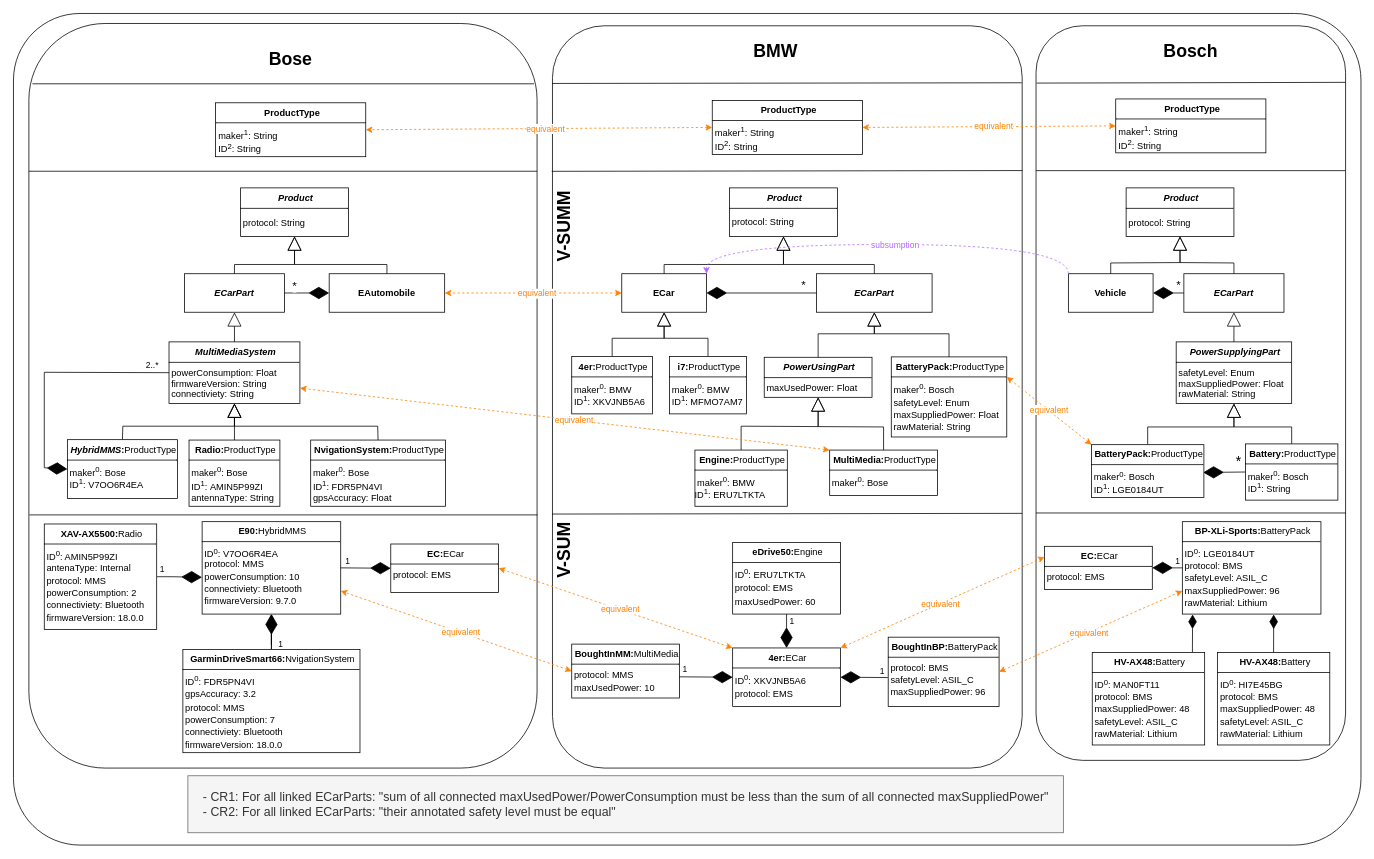
Above: A02-MVE-Poster.drawio in Mohammad-Si/convide-A02-MVE (draw.io), before the change. Source tidied: cells renumbered, new cells numbered last; positions are measured from the earlier drawing's top-left corner, leaving out a move shared by most shapes. Both pictures are drawn from the tidied source at 77%, with x=0, y=0 at pixel (13, 13).
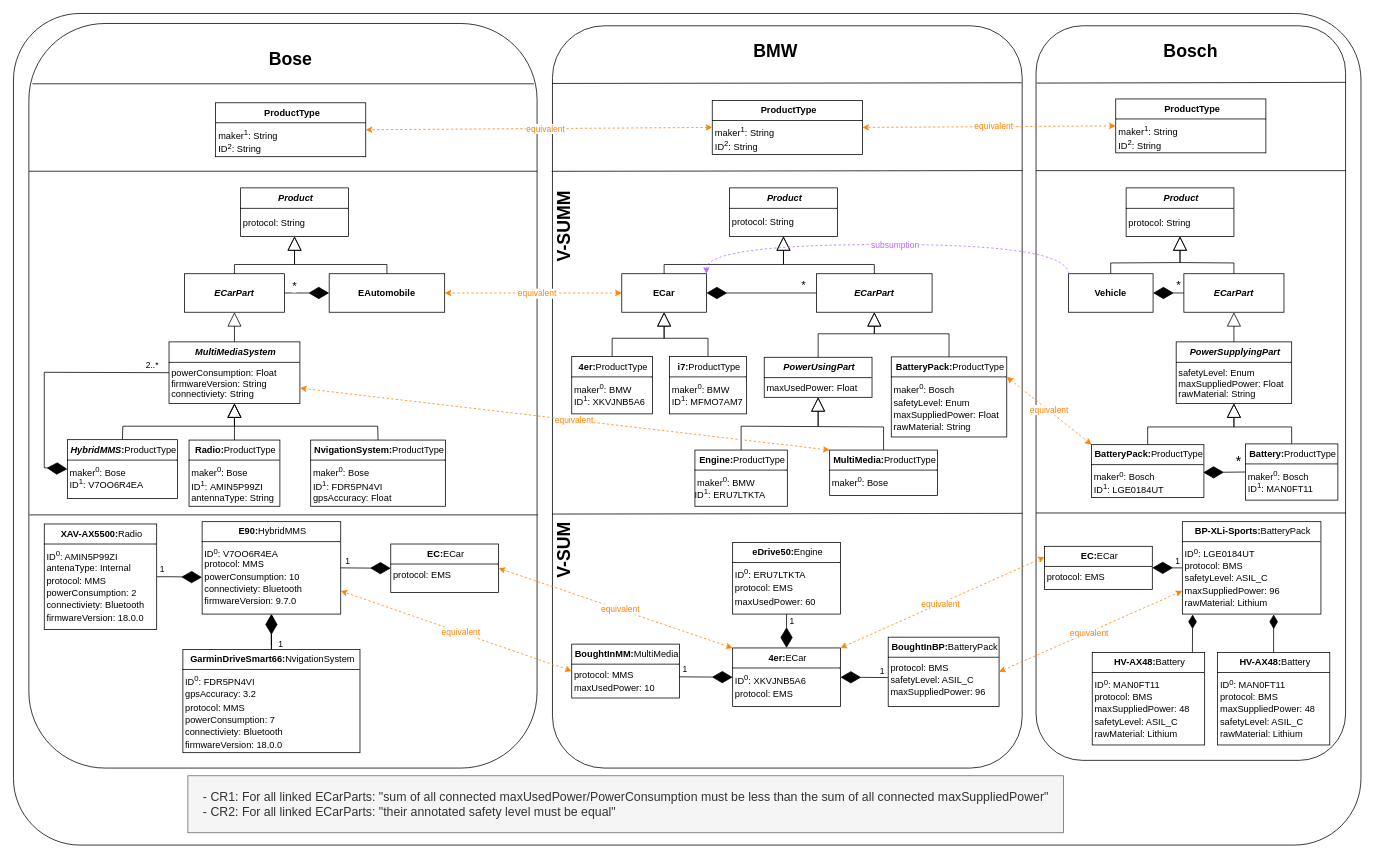
Above is the later version.

What changed in the source:
```diff
@@
-    <mxCell id="23" value="&lt;p style=&quot;margin:0px;margin-top:4px;text-align:center;&quot;&gt;&lt;/p&gt;&lt;div style=&quot;height:2px;&quot;&gt;&lt;/div&gt;&lt;div style=&quot;text-align: center;&quot;&gt;&lt;span style=&quot;font-weight: 700; background-color: initial;&quot;&gt;&amp;nbsp;HV-AX48&lt;/span&gt;&lt;span style=&quot;background-color: initial;&quot;&gt;&lt;b&gt;:&lt;/b&gt;Battery&lt;/span&gt;&lt;/div&gt;&lt;hr size=&quot;1&quot; style=&quot;border-style:solid;&quot;&gt;&lt;div style=&quot;height:2px;&quot;&gt;&lt;div style=&quot;height: 2px;&quot;&gt;&amp;nbsp;&lt;span style=&quot;background-color: initial;&quot;&gt;ID&lt;/span&gt;&lt;sup style=&quot;background-color: initial;&quot;&gt;0&lt;/sup&gt;&lt;span style=&quot;background-color: initial;&quot;&gt;: HI7E45BG&amp;nbsp;&lt;/span&gt;&lt;/div&gt;&lt;div style=&quot;height: 2px;&quot;&gt;&lt;span style=&quot;background-color: initial;&quot;&gt;&lt;br&gt;&lt;/span&gt;&lt;/div&gt;&lt;div style=&quot;height: 2px;&quot;&gt;&lt;span style=&quot;background-color: initial;&quot;&gt;&lt;br&gt;&lt;/span&gt;&lt;/div&gt;&lt;div style=&quot;height: 2px;&quot;&gt;&lt;span style=&quot;background-color: initial;&quot;&gt;&lt;br&gt;&lt;/span&gt;&lt;/div&gt;&lt;div style=&quot;height: 2px;&quot;&gt;&lt;span style=&quot;background-color: initial;&quot;&gt;&lt;br&gt;&lt;/span&gt;&lt;/div&gt;&lt;div style=&quot;height: 2px;&quot;&gt;&lt;span style=&quot;background-color: initial;&quot;&gt;&lt;br&gt;&lt;/span&gt;&lt;/div&gt;&lt;div style=&quot;height: 2px;&quot;&gt;&lt;span style=&quot;background-color: initial;&quot;&gt;&lt;br&gt;&lt;/span&gt;&lt;/div&gt;&lt;div style=&quot;height: 2px;&quot;&gt;&lt;span style=&quot;background-color: initial;&quot;&gt;&amp;nbsp;&lt;/span&gt;&lt;/div&gt;&lt;div style=&quot;height: 2px;&quot;&gt;&lt;span style=&quot;background-color: initial;&quot;&gt;&lt;br&gt;&lt;/span&gt;&lt;/div&gt;&lt;div style=&quot;height: 2px;&quot;&gt;&lt;span style=&quot;background-color: initial;&quot;&gt;&amp;nbsp;&lt;/span&gt;&lt;span style=&quot;background-color: initial;&quot;&gt;protocol: BMS&lt;/span&gt;&lt;/div&gt;&lt;div style=&quot;height: 2px;&quot;&gt;&lt;br&gt;&lt;/div&gt;&lt;div style=&quot;height: 2px;&quot;&gt;&lt;br&gt;&lt;/div&gt;&lt;div style=&quot;height: 2px;&quot;&gt;&lt;br&gt;&lt;/div&gt;&lt;div style=&quot;height: 2px;&quot;&gt;&lt;br&gt;&lt;/div&gt;&lt;div style=&quot;height: 2px;&quot;&gt;&lt;br&gt;&lt;/div&gt;&lt;div style=&quot;height: 2px;&quot;&gt;&lt;div style=&quot;height: 2px;&quot;&gt;&lt;br&gt;&lt;/div&gt;&lt;div style=&quot;height: 2px;&quot;&gt;&lt;br&gt;&lt;/div&gt;&lt;div style=&quot;height: 2px;&quot;&gt;&amp;nbsp;maxSuppliedPower: 48&lt;/div&gt;&lt;div style=&quot;height: 2px;&quot;&gt;&lt;br&gt;&lt;/div&gt;&lt;div style=&quot;height: 2px;&quot;&gt;&lt;br&gt;&lt;/div&gt;&lt;div style=&quot;height: 2px;&quot;&gt;&lt;br&gt;&lt;/div&gt;&lt;div style=&quot;height: 2px;&quot;&gt;&lt;br&gt;&lt;/div&gt;&lt;div style=&quot;height: 2px;&quot;&gt;&lt;br&gt;&lt;/div&gt;&lt;div style=&quot;height: 2px;&quot;&gt;&lt;br&gt;&lt;/div&gt;&lt;div style=&quot;height: 2px;&quot;&gt;&amp;nbsp;&lt;/div&gt;&lt;div style=&quot;height: 2px;&quot;&gt;&amp;nbsp;safetyLevel: ASIL_C&lt;/div&gt;&lt;div style=&quot;height: 2px;&quot;&gt;&lt;br&gt;&lt;/div&gt;&lt;div style=&quot;height: 2px;&quot;&gt;&lt;br&gt;&lt;/div&gt;&lt;div style=&quot;height: 2px;&quot;&gt;&lt;br&gt;&lt;/div&gt;&lt;div style=&quot;height: 2px;&quot;&gt;&lt;br&gt;&lt;/div&gt;&lt;div style=&quot;height: 2px;&quot;&gt;&lt;br&gt;&lt;/div&gt;&lt;div style=&quot;height: 2px;&quot;&gt;&lt;br&gt;&lt;/div&gt;&lt;div style=&quot;height: 2px;&quot;&gt;&lt;br&gt;&lt;/div&gt;&lt;div style=&quot;height: 2px;&quot;&gt;&amp;nbsp;rawMaterial: Lithium&lt;/div&gt;&lt;div style=&quot;height: 2px;&quot;&gt;&lt;br&gt;&lt;/div&gt;&lt;div style=&quot;height: 2px;&quot;&gt;&lt;br&gt;&lt;/div&gt;&lt;/div&gt;&lt;/div&gt;" style="verticalAlign=top;align=left;overflow=fill;html=1;whiteSpace=wrap;" parent="1" vertex="1">
+    <mxCell id="23" value="&lt;p style=&quot;margin:0px;margin-top:4px;text-align:center;&quot;&gt;&lt;/p&gt;&lt;div style=&quot;height:2px;&quot;&gt;&lt;/div&gt;&lt;div style=&quot;text-align: center;&quot;&gt;&lt;span style=&quot;font-weight: 700; background-color: initial;&quot;&gt;&amp;nbsp;HV-AX48&lt;/span&gt;&lt;span style=&quot;background-color: initial;&quot;&gt;&lt;b&gt;:&lt;/b&gt;Battery&lt;/span&gt;&lt;/div&gt;&lt;hr size=&quot;1&quot; style=&quot;border-style:solid;&quot;&gt;&lt;div style=&quot;height:2px;&quot;&gt;&lt;div style=&quot;height: 2px;&quot;&gt;&amp;nbsp;&lt;span style=&quot;background-color: initial;&quot;&gt;ID&lt;/span&gt;&lt;sup style=&quot;background-color: initial;&quot;&gt;0&lt;/sup&gt;&lt;span style=&quot;background-color: initial;&quot;&gt;:&amp;nbsp;&lt;/span&gt;&lt;span style=&quot;background-color: initial;&quot;&gt;MAN0FT11&lt;/span&gt;&lt;/div&gt;&lt;div style=&quot;height: 2px;&quot;&gt;&lt;span style=&quot;background-color: initial;&quot;&gt;&lt;br&gt;&lt;/span&gt;&lt;/div&gt;&lt;div style=&quot;height: 2px;&quot;&gt;&lt;span style=&quot;background-color: initial;&quot;&gt;&lt;br&gt;&lt;/span&gt;&lt;/div&gt;&lt;div style=&quot;height: 2px;&quot;&gt;&lt;span style=&quot;background-color: initial;&quot;&gt;&lt;br&gt;&lt;/span&gt;&lt;/div&gt;&lt;div style=&quot;height: 2px;&quot;&gt;&lt;span style=&quot;background-color: initial;&quot;&gt;&lt;br&gt;&lt;/span&gt;&lt;/div&gt;&lt;div style=&quot;height: 2px;&quot;&gt;&lt;span style=&quot;background-color: initial;&quot;&gt;&lt;br&gt;&lt;/span&gt;&lt;/div&gt;&lt;div style=&quot;height: 2px;&quot;&gt;&lt;span style=&quot;background-color: initial;&quot;&gt;&lt;br&gt;&lt;/span&gt;&lt;/div&gt;&lt;div style=&quot;height: 2px;&quot;&gt;&lt;span style=&quot;background-color: initial;&quot;&gt;&amp;nbsp;&lt;/span&gt;&lt;/div&gt;&lt;div style=&quot;height: 2px;&quot;&gt;&lt;span style=&quot;background-color: initial;&quot;&gt;&lt;br&gt;&lt;/span&gt;&lt;/div&gt;&lt;div style=&quot;height: 2px;&quot;&gt;&lt;span style=&quot;background-color: initial;&quot;&gt;&amp;nbsp;&lt;/span&gt;&lt;span style=&quot;background-color: initial;&quot;&gt;protocol: BMS&lt;/span&gt;&lt;/div&gt;&lt;div style=&quot;height: 2px;&quot;&gt;&lt;br&gt;&lt;/div&gt;&lt;div style=&quot;height: 2px;&quot;&gt;&lt;br&gt;&lt;/div&gt;&lt;div style=&quot;height: 2px;&quot;&gt;&lt;br&gt;&lt;/div&gt;&lt;div style=&quot;height: 2px;&quot;&gt;&lt;br&gt;&lt;/div&gt;&lt;div style=&quot;height: 2px;&quot;&gt;&lt;br&gt;&lt;/div&gt;&lt;div style=&quot;height: 2px;&quot;&gt;&lt;div style=&quot;height: 2px;&quot;&gt;&lt;br&gt;&lt;/div&gt;&lt;div style=&quot;height: 2px;&quot;&gt;&lt;br&gt;&lt;/div&gt;&lt;div style=&quot;height: 2px;&quot;&gt;&amp;nbsp;maxSuppliedPower: 48&lt;/div&gt;&lt;div style=&quot;height: 2px;&quot;&gt;&lt;br&gt;&lt;/div&gt;&lt;div style=&quot;height: 2px;&quot;&gt;&lt;br&gt;&lt;/div&gt;&lt;div style=&quot;height: 2px;&quot;&gt;&lt;br&gt;&lt;/div&gt;&lt;div style=&quot;height: 2px;&quot;&gt;&lt;br&gt;&lt;/div&gt;&lt;div style=&quot;height: 2px;&quot;&gt;&lt;br&gt;&lt;/div&gt;&lt;div style=&quot;height: 2px;&quot;&gt;&lt;br&gt;&lt;/div&gt;&lt;div style=&quot;height: 2px;&quot;&gt;&amp;nbsp;&lt;/div&gt;&lt;div style=&quot;height: 2px;&quot;&gt;&amp;nbsp;safetyLevel: ASIL_C&lt;/div&gt;&lt;div style=&quot;height: 2px;&quot;&gt;&lt;br&gt;&lt;/div&gt;&lt;div style=&quot;height: 2px;&quot;&gt;&lt;br&gt;&lt;/div&gt;&lt;div style=&quot;height: 2px;&quot;&gt;&lt;br&gt;&lt;/div&gt;&lt;div style=&quot;height: 2px;&quot;&gt;&lt;br&gt;&lt;/div&gt;&lt;div style=&quot;height: 2px;&quot;&gt;&lt;br&gt;&lt;/div&gt;&lt;div style=&quot;height: 2px;&quot;&gt;&lt;br&gt;&lt;/div&gt;&lt;div style=&quot;height: 2px;&quot;&gt;&lt;br&gt;&lt;/div&gt;&lt;div style=&quot;height: 2px;&quot;&gt;&amp;nbsp;rawMaterial: Lithium&lt;/div&gt;&lt;div style=&quot;height: 2px;&quot;&gt;&lt;br&gt;&lt;/div&gt;&lt;div style=&quot;height: 2px;&quot;&gt;&lt;br&gt;&lt;/div&gt;&lt;/div&gt;&lt;/div&gt;" style="verticalAlign=top;align=left;overflow=fill;html=1;whiteSpace=wrap;" parent="1" vertex="1">
       <mxGeometry x="1563.5" y="830" width="146" height="120" as="geometry" />
     </mxCell>
@@
-    <mxCell id="107" value="&lt;p style=&quot;margin:0px;margin-top:4px;text-align:center;&quot;&gt;&lt;/p&gt;&lt;div style=&quot;height:2px;&quot;&gt;&lt;/div&gt;&lt;span style=&quot;font-weight: 700;&quot;&gt;&lt;div style=&quot;text-align: center;&quot;&gt;&lt;span style=&quot;background-color: initial;&quot;&gt;&amp;nbsp;&lt;/span&gt;Battery&lt;span style=&quot;background-color: initial;&quot;&gt;:&lt;/span&gt;&lt;span style=&quot;background-color: initial; font-weight: normal;&quot;&gt;ProductType&lt;/span&gt;&lt;/div&gt;&lt;/span&gt;&lt;hr size=&quot;1&quot; style=&quot;border-style:solid;&quot;&gt;&lt;div style=&quot;height:2px;&quot;&gt;&lt;div style=&quot;height: 2px;&quot;&gt;&lt;span style=&quot;background-color: initial;&quot;&gt;&amp;nbsp;&lt;/span&gt;maker&lt;sup&gt;0&lt;/sup&gt;&lt;span style=&quot;background-color: initial;&quot;&gt;: Bosch&lt;/span&gt;&lt;/div&gt;&lt;div style=&quot;height: 2px;&quot;&gt;&lt;span style=&quot;background-color: initial;&quot;&gt;&lt;br&gt;&lt;/span&gt;&lt;/div&gt;&lt;div style=&quot;height: 2px;&quot;&gt;&lt;span style=&quot;background-color: initial;&quot;&gt;&amp;nbsp;&lt;/span&gt;&lt;/div&gt;&lt;div style=&quot;height: 2px;&quot;&gt;&lt;br&gt;&lt;/div&gt;&lt;div style=&quot;height: 2px;&quot;&gt;&lt;br&gt;&lt;/div&gt;&lt;div style=&quot;height: 2px;&quot;&gt;&lt;br&gt;&lt;/div&gt;&lt;div style=&quot;height: 2px;&quot;&gt;&lt;br&gt;&lt;/div&gt;&lt;div style=&quot;height: 2px;&quot;&gt;&lt;br&gt;&lt;/div&gt;&lt;div style=&quot;height: 2px;&quot;&gt;&amp;nbsp;ID&lt;sup&gt;1&lt;/sup&gt;: String&lt;/div&gt;&lt;div style=&quot;height: 2px;&quot;&gt;&lt;br&gt;&lt;/div&gt;&lt;div style=&quot;height: 2px;&quot;&gt;&lt;br&gt;&lt;/div&gt;&lt;div style=&quot;height: 2px;&quot;&gt;&lt;br&gt;&lt;/div&gt;&lt;div style=&quot;height: 2px;&quot;&gt;&lt;br&gt;&lt;/div&gt;&lt;div style=&quot;height: 2px;&quot;&gt;&lt;br&gt;&lt;/div&gt;&lt;div style=&quot;height: 2px;&quot;&gt;&lt;br&gt;&lt;/div&gt;&lt;div style=&quot;height: 2px;&quot;&gt;&lt;br&gt;&lt;/div&gt;&lt;div style=&quot;height: 2px;&quot;&gt;&lt;br&gt;&lt;/div&gt;&lt;div style=&quot;height: 2px;&quot;&gt;&lt;br&gt;&lt;/div&gt;&lt;div style=&quot;height: 2px;&quot;&gt;&lt;br&gt;&lt;/div&gt;&lt;div style=&quot;height: 2px;&quot;&gt;&lt;br&gt;&lt;/div&gt;&lt;/div&gt;" style="verticalAlign=top;align=left;overflow=fill;html=1;whiteSpace=wrap;" parent="1" vertex="1">
+    <mxCell id="107" value="&lt;p style=&quot;margin:0px;margin-top:4px;text-align:center;&quot;&gt;&lt;/p&gt;&lt;div style=&quot;height:2px;&quot;&gt;&lt;/div&gt;&lt;span style=&quot;font-weight: 700;&quot;&gt;&lt;div style=&quot;text-align: center;&quot;&gt;&lt;span style=&quot;background-color: initial;&quot;&gt;&amp;nbsp;&lt;/span&gt;Battery&lt;span style=&quot;background-color: initial;&quot;&gt;:&lt;/span&gt;&lt;span style=&quot;background-color: initial; font-weight: normal;&quot;&gt;ProductType&lt;/span&gt;&lt;/div&gt;&lt;/span&gt;&lt;hr size=&quot;1&quot; style=&quot;border-style:solid;&quot;&gt;&lt;div style=&quot;height:2px;&quot;&gt;&lt;div style=&quot;height: 2px;&quot;&gt;&lt;span style=&quot;background-color: initial;&quot;&gt;&amp;nbsp;&lt;/span&gt;maker&lt;sup&gt;0&lt;/sup&gt;&lt;span style=&quot;background-color: initial;&quot;&gt;: Bosch&lt;/span&gt;&lt;/div&gt;&lt;div style=&quot;height: 2px;&quot;&gt;&lt;span style=&quot;background-color: initial;&quot;&gt;&lt;br&gt;&lt;/span&gt;&lt;/div&gt;&lt;div style=&quot;height: 2px;&quot;&gt;&lt;span style=&quot;background-color: initial;&quot;&gt;&amp;nbsp;&lt;/span&gt;&lt;/div&gt;&lt;div style=&quot;height: 2px;&quot;&gt;&lt;br&gt;&lt;/div&gt;&lt;div style=&quot;height: 2px;&quot;&gt;&lt;br&gt;&lt;/div&gt;&lt;div style=&quot;height: 2px;&quot;&gt;&lt;br&gt;&lt;/div&gt;&lt;div style=&quot;height: 2px;&quot;&gt;&lt;br&gt;&lt;/div&gt;&lt;div style=&quot;height: 2px;&quot;&gt;&lt;br&gt;&lt;/div&gt;&lt;div style=&quot;height: 2px;&quot;&gt;&amp;nbsp;ID&lt;sup&gt;1&lt;/sup&gt;:&amp;nbsp;&lt;span style=&quot;background-color: initial;&quot;&gt;MAN0FT11&lt;/span&gt;&lt;/div&gt;&lt;div style=&quot;height: 2px;&quot;&gt;&lt;br&gt;&lt;/div&gt;&lt;div style=&quot;height: 2px;&quot;&gt;&lt;br&gt;&lt;/div&gt;&lt;div style=&quot;height: 2px;&quot;&gt;&lt;br&gt;&lt;/div&gt;&lt;div style=&quot;height: 2px;&quot;&gt;&lt;br&gt;&lt;/div&gt;&lt;div style=&quot;height: 2px;&quot;&gt;&lt;br&gt;&lt;/div&gt;&lt;div style=&quot;height: 2px;&quot;&gt;&lt;br&gt;&lt;/div&gt;&lt;div style=&quot;height: 2px;&quot;&gt;&lt;br&gt;&lt;/div&gt;&lt;div style=&quot;height: 2px;&quot;&gt;&lt;br&gt;&lt;/div&gt;&lt;div style=&quot;height: 2px;&quot;&gt;&lt;br&gt;&lt;/div&gt;&lt;div style=&quot;height: 2px;&quot;&gt;&lt;br&gt;&lt;/div&gt;&lt;div style=&quot;height: 2px;&quot;&gt;&lt;br&gt;&lt;/div&gt;&lt;/div&gt;" style="verticalAlign=top;align=left;overflow=fill;html=1;whiteSpace=wrap;" parent="1" vertex="1">
       <mxGeometry x="1600" y="559" width="120" height="73" as="geometry" />
     </mxCell>
```
